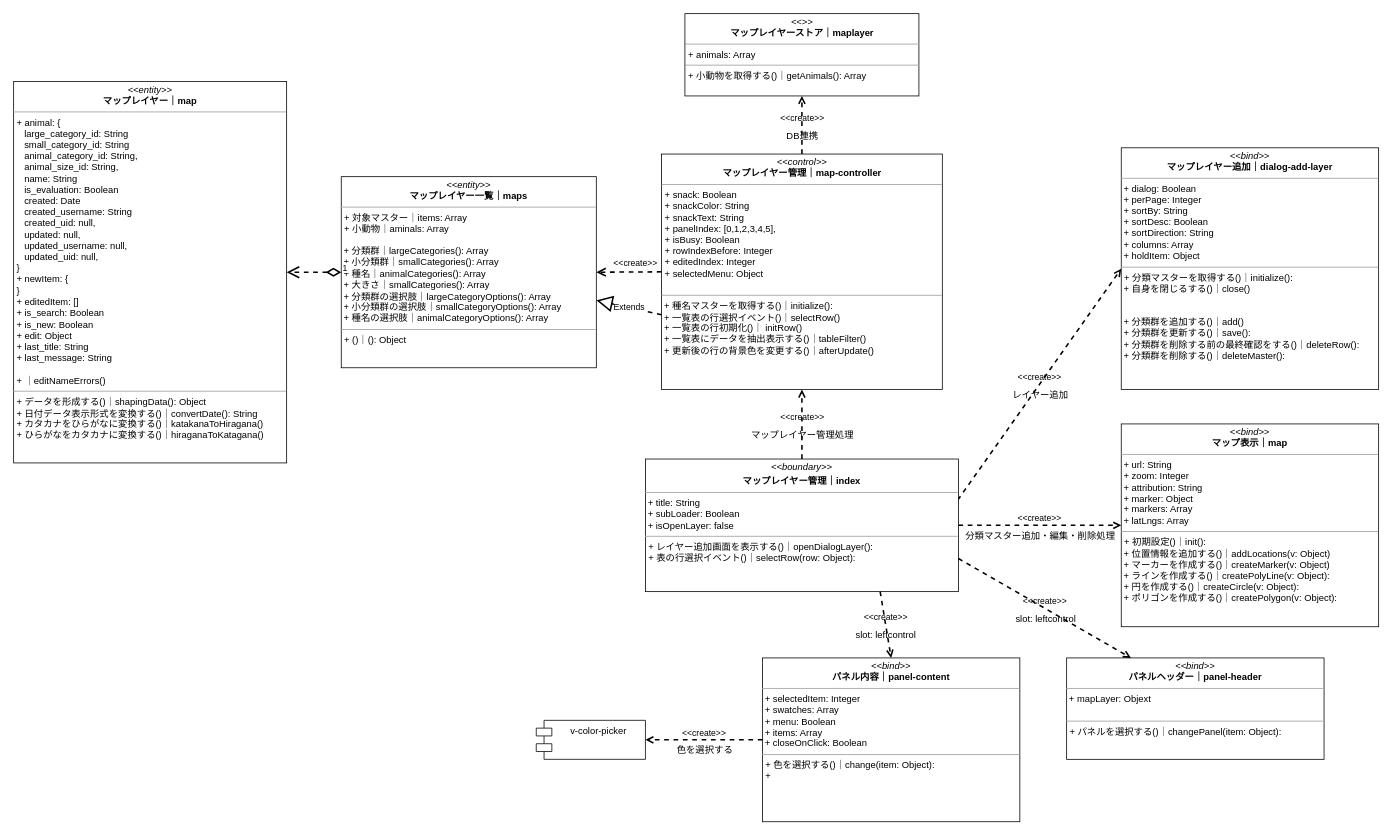
Above: iriomote-anymaps.drawio in kaoru387/draw.io (draw.io), before the change. Source tidied: cells renumbered, new cells numbered last; positions are measured from the earlier drawing's top-left corner, leaving out a move shared by most shapes. Both pictures are drawn from the tidied source at 78%, with x=0, y=0 at pixel (13, 13).
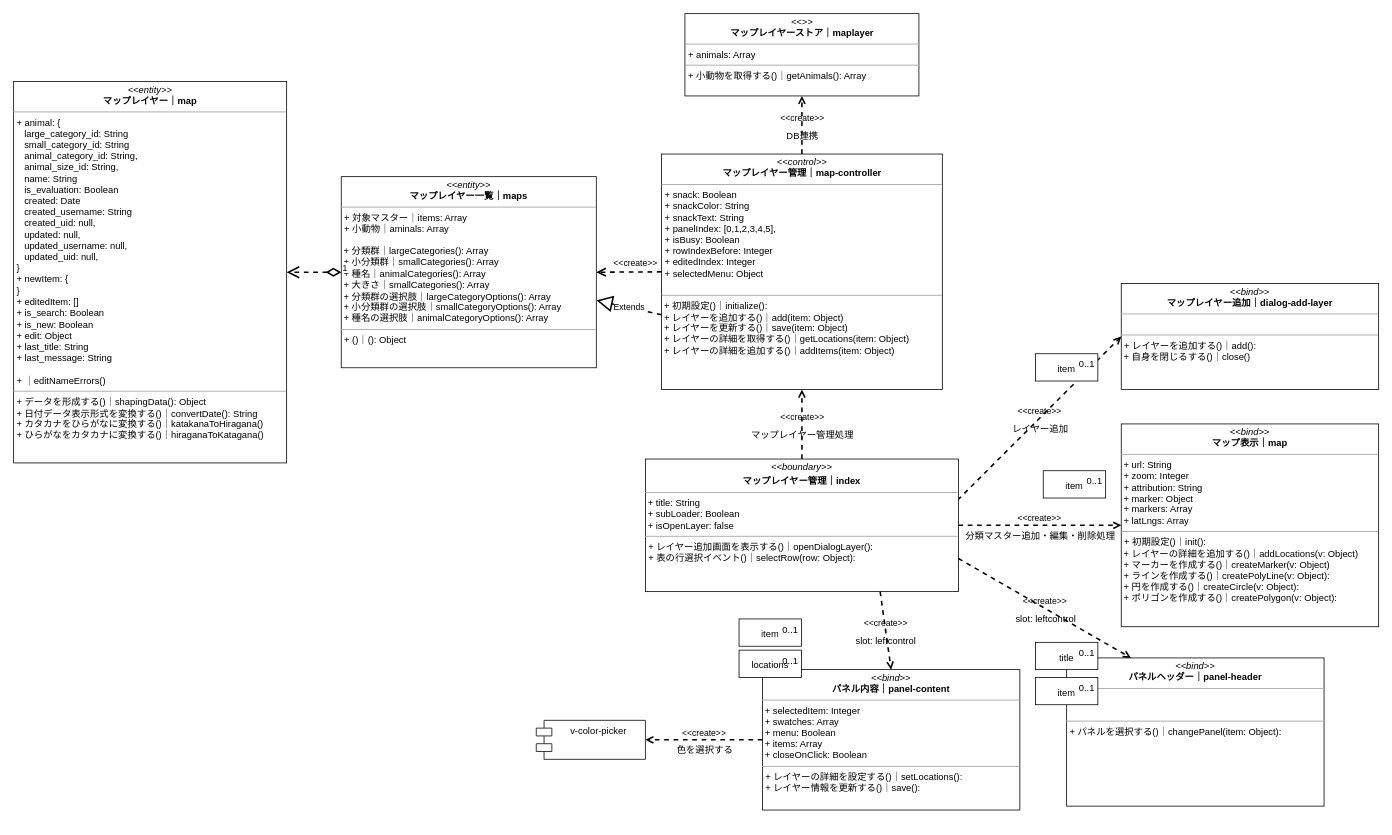
The same page after the edit.

Commit message (it also covers changes not shown here):
iriomote-anymaps.drawio を更新します

What changed in the source:
```diff
@@
-    <mxCell id="2" value="&lt;p style=&quot;margin:0px;margin-top:4px;text-align:center;&quot;&gt;&lt;i&gt;&amp;lt;&amp;lt;control&amp;gt;&amp;gt;&lt;/i&gt;&lt;br&gt;&lt;b&gt;マップレイヤー管理｜map-controller&lt;/b&gt;&lt;/p&gt;&lt;hr size=&quot;1&quot;&gt;&lt;p style=&quot;margin:0px;margin-left:4px;&quot;&gt;+&amp;nbsp;&lt;span style=&quot;background-color: initial;&quot;&gt;snack: Boolean&lt;/span&gt;&lt;/p&gt;&lt;p style=&quot;margin:0px;margin-left:4px;&quot;&gt;+ snackColor: String&lt;/p&gt;&lt;p style=&quot;margin:0px;margin-left:4px;&quot;&gt;+ snackText: String&lt;/p&gt;&lt;p style=&quot;margin:0px;margin-left:4px;&quot;&gt;+ panelIndex: [0,1,2,3,4,5],&lt;/p&gt;&lt;p style=&quot;margin:0px;margin-left:4px;&quot;&gt;+ isBusy: Boolean&lt;/p&gt;&lt;p style=&quot;margin:0px;margin-left:4px;&quot;&gt;+ rowIndexBefore: Integer&lt;/p&gt;&lt;p style=&quot;margin:0px;margin-left:4px;&quot;&gt;+ editedIndex: Integer&lt;/p&gt;&lt;p style=&quot;margin:0px;margin-left:4px;&quot;&gt;+ selectedMenu: Object&lt;/p&gt;&lt;br&gt;&lt;div&gt;&lt;/div&gt;&lt;hr size=&quot;1&quot;&gt;&lt;p style=&quot;margin:0px;margin-left:4px;&quot;&gt;&lt;/p&gt;&amp;nbsp;+ 種名マスターを取得する()｜initialize():&amp;nbsp;&lt;br&gt;&amp;nbsp;&lt;span style=&quot;background-color: initial;&quot;&gt;+&amp;nbsp;&lt;/span&gt;一覧表の行選択イベント()｜&lt;span style=&quot;background-color: initial;&quot;&gt;selectRow()&lt;/span&gt;&lt;br&gt;&amp;nbsp;+ 一覧表の行初期化()｜&lt;span style=&quot;background-color: initial;&quot;&gt;&amp;nbsp;initRow()&lt;br&gt;&lt;/span&gt;&amp;nbsp;+ 一覧表にデータを抽出表示する()｜&lt;span style=&quot;background-color: initial;&quot;&gt;tableFilter()&lt;br&gt;&lt;/span&gt;&amp;nbsp;+ 更新後の行の背景色を変更する()｜&lt;span style=&quot;background-color: initial;&quot;&gt;afterUpdate()&lt;br&gt;&lt;/span&gt;" style="verticalAlign=top;align=left;overflow=fill;fontSize=12;fontFamily=Helvetica;html=1;" parent="1" vertex="1">
+    <mxCell id="2" value="&lt;p style=&quot;margin:0px;margin-top:4px;text-align:center;&quot;&gt;&lt;i&gt;&amp;lt;&amp;lt;control&amp;gt;&amp;gt;&lt;/i&gt;&lt;br&gt;&lt;b&gt;マップレイヤー管理｜map-controller&lt;/b&gt;&lt;/p&gt;&lt;hr size=&quot;1&quot;&gt;&lt;p style=&quot;margin:0px;margin-left:4px;&quot;&gt;+&amp;nbsp;&lt;span style=&quot;background-color: initial;&quot;&gt;snack: Boolean&lt;/span&gt;&lt;/p&gt;&lt;p style=&quot;margin:0px;margin-left:4px;&quot;&gt;+ snackColor: String&lt;/p&gt;&lt;p style=&quot;margin:0px;margin-left:4px;&quot;&gt;+ snackText: String&lt;/p&gt;&lt;p style=&quot;margin:0px;margin-left:4px;&quot;&gt;+ panelIndex: [0,1,2,3,4,5],&lt;/p&gt;&lt;p style=&quot;margin:0px;margin-left:4px;&quot;&gt;+ isBusy: Boolean&lt;/p&gt;&lt;p style=&quot;margin:0px;margin-left:4px;&quot;&gt;+ rowIndexBefore: Integer&lt;/p&gt;&lt;p style=&quot;margin:0px;margin-left:4px;&quot;&gt;+ editedIndex: Integer&lt;/p&gt;&lt;p style=&quot;margin:0px;margin-left:4px;&quot;&gt;+ selectedMenu: Object&lt;/p&gt;&lt;br&gt;&lt;div&gt;&lt;/div&gt;&lt;hr size=&quot;1&quot;&gt;&lt;p style=&quot;margin:0px;margin-left:4px;&quot;&gt;&lt;/p&gt;&amp;nbsp;+ 初期設定()｜initialize():&amp;nbsp;&lt;br&gt;&amp;nbsp;&lt;span style=&quot;background-color: initial;&quot;&gt;+&amp;nbsp;&lt;/span&gt;レイヤーを追加する()｜&lt;span style=&quot;background-color: initial;&quot;&gt;add(item: Object)&lt;br&gt;&lt;/span&gt;&amp;nbsp;&lt;span style=&quot;background-color: initial;&quot;&gt;+&amp;nbsp;&lt;/span&gt;レイヤーを更新する()｜&lt;span style=&quot;background-color: initial;&quot;&gt;save(item: Object)&lt;/span&gt;&lt;span style=&quot;background-color: initial;&quot;&gt;&lt;br&gt;&lt;/span&gt;&amp;nbsp;&lt;span style=&quot;background-color: initial;&quot;&gt;+&amp;nbsp;&lt;/span&gt;レイヤーの詳細を取得する()｜&lt;span style=&quot;background-color: initial;&quot;&gt;getLocations(item: Object)&lt;br&gt;&lt;/span&gt;&amp;nbsp;&lt;span style=&quot;background-color: initial;&quot;&gt;+&amp;nbsp;&lt;/span&gt;レイヤーの詳細を追加する()｜&lt;span style=&quot;background-color: initial;&quot;&gt;addItems(item: Object)&lt;/span&gt;&lt;span style=&quot;background-color: initial;&quot;&gt;&lt;br&gt;&lt;/span&gt;" style="verticalAlign=top;align=left;overflow=fill;fontSize=12;fontFamily=Helvetica;html=1;" parent="1" vertex="1">
       <mxGeometry x="830.6" y="180" width="360" height="302" as="geometry" />
     </mxCell>
@@
-    <mxCell id="5" value="&lt;p style=&quot;margin:0px;margin-top:4px;text-align:center;&quot;&gt;&lt;i&gt;&amp;lt;&amp;lt;bind&amp;gt;&amp;gt;&lt;/i&gt;&lt;br&gt;&lt;b&gt;マップレイヤー追加｜&lt;/b&gt;&lt;b style=&quot;background-color: initial;&quot;&gt;dialog-add-layer&lt;/b&gt;&lt;/p&gt;&lt;hr size=&quot;1&quot;&gt;&lt;div&gt;&lt;span style=&quot;background-color: initial;&quot;&gt;&amp;nbsp;+ dialog: Boolean&lt;/span&gt;&lt;/div&gt;&lt;div&gt;&amp;nbsp;+ perPage: Integer&lt;/div&gt;&amp;nbsp;+&amp;nbsp;&lt;span style=&quot;background-color: initial;&quot;&gt;sortBy: String&lt;/span&gt;&lt;br&gt;&amp;nbsp;+&amp;nbsp;&lt;span style=&quot;background-color: initial;&quot;&gt;sortDesc: Boolean&lt;/span&gt;&lt;br&gt;&amp;nbsp;+&amp;nbsp;&lt;span style=&quot;background-color: initial;&quot;&gt;sortDirection: String&lt;/span&gt;&lt;br&gt;&amp;nbsp;+&amp;nbsp;&lt;span style=&quot;background-color: initial;&quot;&gt;columns: Array&lt;/span&gt;&lt;span style=&quot;background-color: initial;&quot;&gt;&lt;br&gt;&lt;/span&gt;&amp;nbsp;+&amp;nbsp;&lt;span style=&quot;background-color: initial;&quot;&gt;holdItem: Object&lt;/span&gt;&lt;br&gt;&lt;hr size=&quot;1&quot;&gt;&lt;p style=&quot;margin:0px;margin-left:4px;&quot;&gt;+ 分類マスターを取得する()｜initialize():&amp;nbsp;&lt;/p&gt;&amp;nbsp;+ 自身を閉じるする()｜close()&lt;br&gt;&lt;br&gt;&lt;br&gt;&amp;nbsp;+ 分類群を追加する()｜add()&lt;br&gt;&amp;nbsp;+ 分類群を更新する()｜save():&amp;nbsp;&lt;br&gt;&amp;nbsp;+ 分類群を削除する前の最終確認をする()｜deleteRow():&amp;nbsp;&lt;br&gt;&amp;nbsp;+ 分類群を削除する()｜deleteMaster():&amp;nbsp;" style="verticalAlign=top;align=left;overflow=fill;fontSize=12;fontFamily=Helvetica;html=1;" parent="1" vertex="1">
-      <mxGeometry x="1420" y="172" width="330" height="310" as="geometry" />
+    <mxCell id="5" value="&lt;p style=&quot;margin:0px;margin-top:4px;text-align:center;&quot;&gt;&lt;i&gt;&amp;lt;&amp;lt;bind&amp;gt;&amp;gt;&lt;/i&gt;&lt;br&gt;&lt;b&gt;マップレイヤー追加｜&lt;/b&gt;&lt;b style=&quot;background-color: initial;&quot;&gt;dialog-add-layer&lt;/b&gt;&lt;/p&gt;&lt;hr size=&quot;1&quot;&gt;&lt;div&gt;&lt;/div&gt;&lt;br&gt;&lt;hr size=&quot;1&quot;&gt;&lt;p style=&quot;margin:0px;margin-left:4px;&quot;&gt;+ レイヤーを追加する()｜add():&amp;nbsp;&lt;/p&gt;&amp;nbsp;+ 自身を閉じるする()｜close()" style="verticalAlign=top;align=left;overflow=fill;fontSize=12;fontFamily=Helvetica;html=1;" parent="1" vertex="1">
+      <mxGeometry x="1420" y="346" width="330" height="136" as="geometry" />
     </mxCell>
@@
-    <mxCell id="8" value="&lt;p style=&quot;margin:0px;margin-top:4px;text-align:center;&quot;&gt;&lt;i&gt;&amp;lt;&amp;lt;bind&amp;gt;&amp;gt;&lt;/i&gt;&lt;br&gt;&lt;b&gt;マップ表示｜&lt;/b&gt;&lt;b style=&quot;background-color: initial;&quot;&gt;map&lt;/b&gt;&lt;/p&gt;&lt;hr size=&quot;1&quot;&gt;&lt;div&gt;&lt;span style=&quot;background-color: initial;&quot;&gt;&amp;nbsp;+ url: String&lt;/span&gt;&lt;/div&gt;&lt;div&gt;&amp;nbsp;+ zoom: Integer&lt;/div&gt;&amp;nbsp;+&amp;nbsp;&lt;span style=&quot;background-color: initial;&quot;&gt;attribution: String&lt;/span&gt;&lt;br&gt;&amp;nbsp;+&amp;nbsp;&lt;span style=&quot;background-color: initial;&quot;&gt;marker: Object&lt;/span&gt;&lt;br&gt;&amp;nbsp;+&amp;nbsp;&lt;span style=&quot;background-color: initial;&quot;&gt;markers: Array&lt;/span&gt;&lt;br&gt;&amp;nbsp;+&amp;nbsp;&lt;span style=&quot;background-color: initial;&quot;&gt;latLngs: Array&lt;/span&gt;&lt;br&gt;&lt;hr size=&quot;1&quot;&gt;&lt;p style=&quot;margin:0px;margin-left:4px;&quot;&gt;+ 初期設定()｜init():&amp;nbsp;&lt;/p&gt;&amp;nbsp;+ 位置情報を追加する()｜addLocations(v: Object)&lt;br&gt;&amp;nbsp;+ マーカーを作成する()｜createMarker(v: Object)&lt;br&gt;&amp;nbsp;+ ラインを作成する()｜createPolyLine(v: Object):&amp;nbsp;&lt;br&gt;&amp;nbsp;+ 円を作成する()｜createCircle(v: Object):&amp;nbsp;&lt;br&gt;&amp;nbsp;+ ポリゴンを作成する()｜createPolygon(v: Object):&amp;nbsp;" style="verticalAlign=top;align=left;overflow=fill;fontSize=12;fontFamily=Helvetica;html=1;" parent="1" vertex="1">
+    <mxCell id="8" value="&lt;p style=&quot;margin:0px;margin-top:4px;text-align:center;&quot;&gt;&lt;i&gt;&amp;lt;&amp;lt;bind&amp;gt;&amp;gt;&lt;/i&gt;&lt;br&gt;&lt;b&gt;マップ表示｜&lt;/b&gt;&lt;b style=&quot;background-color: initial;&quot;&gt;map&lt;/b&gt;&lt;/p&gt;&lt;hr size=&quot;1&quot;&gt;&lt;div&gt;&lt;span style=&quot;background-color: initial;&quot;&gt;&amp;nbsp;+ url: String&lt;/span&gt;&lt;/div&gt;&lt;div&gt;&amp;nbsp;+ zoom: Integer&lt;/div&gt;&amp;nbsp;+&amp;nbsp;&lt;span style=&quot;background-color: initial;&quot;&gt;attribution: String&lt;/span&gt;&lt;br&gt;&amp;nbsp;+&amp;nbsp;&lt;span style=&quot;background-color: initial;&quot;&gt;marker: Object&lt;/span&gt;&lt;br&gt;&amp;nbsp;+&amp;nbsp;&lt;span style=&quot;background-color: initial;&quot;&gt;markers: Array&lt;/span&gt;&lt;br&gt;&amp;nbsp;+&amp;nbsp;&lt;span style=&quot;background-color: initial;&quot;&gt;latLngs: Array&lt;/span&gt;&lt;br&gt;&lt;hr size=&quot;1&quot;&gt;&lt;p style=&quot;margin:0px;margin-left:4px;&quot;&gt;+ 初期設定()｜init():&amp;nbsp;&lt;/p&gt;&amp;nbsp;+ レイヤーの詳細を追加する()｜addLocations(v: Object)&lt;br&gt;&amp;nbsp;+ マーカーを作成する()｜createMarker(v: Object)&lt;br&gt;&amp;nbsp;+ ラインを作成する()｜createPolyLine(v: Object):&amp;nbsp;&lt;br&gt;&amp;nbsp;+ 円を作成する()｜createCircle(v: Object):&amp;nbsp;&lt;br&gt;&amp;nbsp;+ ポリゴンを作成する()｜createPolygon(v: Object):&amp;nbsp;" style="verticalAlign=top;align=left;overflow=fill;fontSize=12;fontFamily=Helvetica;html=1;" parent="1" vertex="1">
       <mxGeometry x="1420" y="526" width="330" height="260" as="geometry" />
     </mxCell>
@@
-    <mxCell id="12" value="&lt;p style=&quot;margin:0px;margin-top:4px;text-align:center;&quot;&gt;&lt;i&gt;&amp;lt;&amp;lt;bind&amp;gt;&amp;gt;&lt;/i&gt;&lt;br&gt;&lt;b&gt;パネルヘッダー｜&lt;/b&gt;&lt;b style=&quot;background-color: initial;&quot;&gt;panel-header&lt;/b&gt;&lt;/p&gt;&lt;hr size=&quot;1&quot;&gt;&lt;div&gt;&lt;span style=&quot;background-color: initial;&quot;&gt;&amp;nbsp;+ mapLayer: Objext&lt;/span&gt;&lt;/div&gt;&lt;br&gt;&lt;hr size=&quot;1&quot;&gt;&lt;p style=&quot;margin:0px;margin-left:4px;&quot;&gt;+ パネルを選択する()｜changePanel(item: Object):&amp;nbsp;&lt;/p&gt;" style="verticalAlign=top;align=left;overflow=fill;fontSize=12;fontFamily=Helvetica;html=1;" parent="1" vertex="1">
-      <mxGeometry x="1350" y="826" width="330" height="130" as="geometry" />
+    <mxCell id="12" value="&lt;p style=&quot;margin:0px;margin-top:4px;text-align:center;&quot;&gt;&lt;i&gt;&amp;lt;&amp;lt;bind&amp;gt;&amp;gt;&lt;/i&gt;&lt;br&gt;&lt;b&gt;パネルヘッダー｜&lt;/b&gt;&lt;b style=&quot;background-color: initial;&quot;&gt;panel-header&lt;/b&gt;&lt;/p&gt;&lt;hr size=&quot;1&quot;&gt;&lt;div&gt;&lt;br&gt;&lt;/div&gt;&lt;br&gt;&lt;hr size=&quot;1&quot;&gt;&lt;p style=&quot;margin:0px;margin-left:4px;&quot;&gt;+ パネルを選択する()｜changePanel(item: Object):&amp;nbsp;&lt;/p&gt;" style="verticalAlign=top;align=left;overflow=fill;fontSize=12;fontFamily=Helvetica;html=1;" parent="1" vertex="1">
+      <mxGeometry x="1350" y="826" width="330" height="190" as="geometry" />
     </mxCell>
@@
-    <mxCell id="21" value="&lt;p style=&quot;margin:0px;margin-top:4px;text-align:center;&quot;&gt;&lt;i&gt;&amp;lt;&amp;lt;bind&amp;gt;&amp;gt;&lt;/i&gt;&lt;br&gt;&lt;b&gt;パネル内容｜&lt;/b&gt;&lt;b style=&quot;background-color: initial;&quot;&gt;panel-content&lt;/b&gt;&lt;/p&gt;&lt;hr size=&quot;1&quot;&gt;&lt;div&gt;&lt;span style=&quot;background-color: initial;&quot;&gt;&amp;nbsp;+ selectedItem: Integer&lt;/span&gt;&lt;/div&gt;&lt;div&gt;&lt;span style=&quot;background-color: initial;&quot;&gt;&amp;nbsp;+ swatches: Array&lt;/span&gt;&lt;/div&gt;&amp;nbsp;+ menu: Boolean&lt;br&gt;&amp;nbsp;+ items: Array&lt;br&gt;&amp;nbsp;+&amp;nbsp;closeOnClick: Boolean&lt;br&gt;&lt;hr size=&quot;1&quot;&gt;&lt;p style=&quot;margin:0px;margin-left:4px;&quot;&gt;+ 色を選択する()｜change(item: Object):&amp;nbsp;&lt;/p&gt;&lt;p style=&quot;margin:0px;margin-left:4px;&quot;&gt;+&amp;nbsp;&lt;/p&gt;" style="verticalAlign=top;align=left;overflow=fill;fontSize=12;fontFamily=Helvetica;html=1;" parent="1" vertex="1">
-      <mxGeometry x="960" y="826" width="330" height="210" as="geometry" />
+    <mxCell id="21" value="&lt;p style=&quot;margin:0px;margin-top:4px;text-align:center;&quot;&gt;&lt;i&gt;&amp;lt;&amp;lt;bind&amp;gt;&amp;gt;&lt;/i&gt;&lt;br&gt;&lt;b&gt;パネル内容｜&lt;/b&gt;&lt;b style=&quot;background-color: initial;&quot;&gt;panel-content&lt;/b&gt;&lt;/p&gt;&lt;hr size=&quot;1&quot;&gt;&lt;div&gt;&lt;span style=&quot;background-color: initial;&quot;&gt;&amp;nbsp;+ selectedItem: Integer&lt;/span&gt;&lt;/div&gt;&lt;div&gt;&lt;span style=&quot;background-color: initial;&quot;&gt;&amp;nbsp;+ swatches: Array&lt;/span&gt;&lt;/div&gt;&amp;nbsp;+ menu: Boolean&lt;br&gt;&amp;nbsp;+ items: Array&lt;br&gt;&amp;nbsp;+&amp;nbsp;closeOnClick: Boolean&lt;br&gt;&lt;hr size=&quot;1&quot;&gt;&lt;p style=&quot;margin:0px;margin-left:4px;&quot;&gt;&lt;span style=&quot;background-color: initial;&quot;&gt;+ レイヤーの詳細を設定する()｜&lt;/span&gt;setLocations&lt;span style=&quot;background-color: initial;&quot;&gt;():&amp;nbsp;&lt;/span&gt;&lt;br&gt;&lt;/p&gt;&lt;p style=&quot;margin:0px;margin-left:4px;&quot;&gt;+ レイヤー情報を更新する()｜save():&amp;nbsp;&lt;span style=&quot;background-color: initial;&quot;&gt;&lt;br&gt;&lt;/span&gt;&lt;/p&gt;&lt;p style=&quot;margin:0px;margin-left:4px;&quot;&gt;&lt;span style=&quot;background-color: initial;&quot;&gt;&lt;br&gt;&lt;/span&gt;&lt;/p&gt;" style="verticalAlign=top;align=left;overflow=fill;fontSize=12;fontFamily=Helvetica;html=1;" parent="1" vertex="1">
+      <mxGeometry x="960" y="841" width="330" height="180" as="geometry" />
     </mxCell>
@@
+    <mxCell id="29" value="0..1" style="align=right;verticalAlign=top;spacingRight=2;" parent="1" vertex="1">
+      <mxGeometry x="1320" y="586" width="80" height="35" as="geometry" />
+    </mxCell>
+    <mxCell id="30" value="item" style="text;html=1;strokeColor=none;fillColor=none;align=center;verticalAlign=middle;spacingLeft=4;spacingRight=4;overflow=hidden;" parent="29" vertex="1">
+      <mxGeometry y="1" width="80" height="30" relative="1" as="geometry">
+        <mxPoint y="-30" as="offset" />
+      </mxGeometry>
+    </mxCell>
+    <mxCell id="31" value="0..1" style="align=right;verticalAlign=top;spacingRight=2;" parent="1" vertex="1">
+      <mxGeometry x="1310" y="436" width="80" height="35" as="geometry" />
+    </mxCell>
+    <mxCell id="32" value="item" style="text;html=1;strokeColor=none;fillColor=none;align=center;verticalAlign=middle;spacingLeft=4;spacingRight=4;overflow=hidden;" parent="31" vertex="1">
+      <mxGeometry y="1" width="80" height="30" relative="1" as="geometry">
+        <mxPoint y="-30" as="offset" />
+      </mxGeometry>
+    </mxCell>
+    <mxCell id="33" value="0..1" style="align=right;verticalAlign=top;spacingRight=2;" parent="1" vertex="1">
+      <mxGeometry x="930" y="776" width="80" height="35" as="geometry" />
+    </mxCell>
+    <mxCell id="34" value="item" style="text;html=1;strokeColor=none;fillColor=none;align=center;verticalAlign=middle;spacingLeft=4;spacingRight=4;overflow=hidden;" parent="33" vertex="1">
+      <mxGeometry y="1" width="80" height="30" relative="1" as="geometry">
+        <mxPoint y="-30" as="offset" />
+      </mxGeometry>
+    </mxCell>
+    <mxCell id="35" value="0..1" style="align=right;verticalAlign=top;spacingRight=2;" parent="1" vertex="1">
+      <mxGeometry x="930" y="816" width="80" height="35" as="geometry" />
+    </mxCell>
+    <mxCell id="36" value="locations" style="text;html=1;strokeColor=none;fillColor=none;align=center;verticalAlign=middle;spacingLeft=4;spacingRight=4;overflow=hidden;" parent="35" vertex="1">
+      <mxGeometry y="1" width="80" height="30" relative="1" as="geometry">
+        <mxPoint y="-30" as="offset" />
+      </mxGeometry>
+    </mxCell>
+    <mxCell id="37" value="0..1" style="align=right;verticalAlign=top;spacingRight=2;" parent="1" vertex="1">
+      <mxGeometry x="1310" y="851" width="80" height="35" as="geometry" />
+    </mxCell>
+    <mxCell id="38" value="item" style="text;html=1;strokeColor=none;fillColor=none;align=center;verticalAlign=middle;spacingLeft=4;spacingRight=4;overflow=hidden;" parent="37" vertex="1">
+      <mxGeometry y="1" width="80" height="30" relative="1" as="geometry">
+        <mxPoint y="-30" as="offset" />
+      </mxGeometry>
+    </mxCell>
+    <mxCell id="39" value="0..1" style="align=right;verticalAlign=top;spacingRight=2;" parent="1" vertex="1">
+      <mxGeometry x="1310" y="806" width="80" height="35" as="geometry" />
+    </mxCell>
+    <mxCell id="40" value="title" style="text;html=1;strokeColor=none;fillColor=none;align=center;verticalAlign=middle;spacingLeft=4;spacingRight=4;overflow=hidden;" parent="39" vertex="1">
+      <mxGeometry y="1" width="80" height="30" relative="1" as="geometry">
+        <mxPoint y="-30" as="offset" />
+      </mxGeometry>
+    </mxCell>
```
